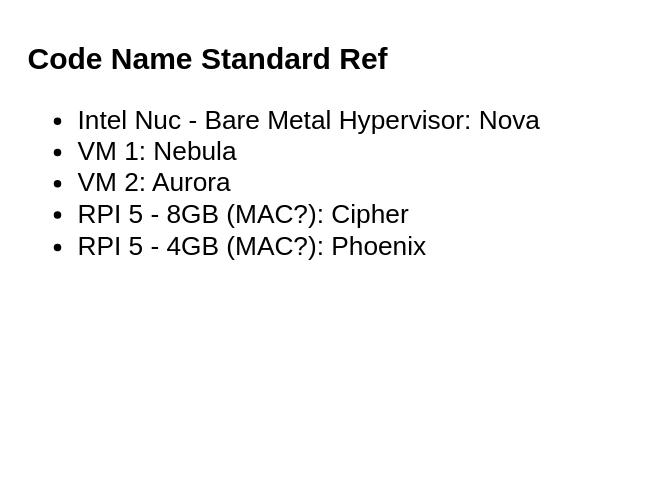
Above: page "Naming Standard" (1 of 3) of homelab_infra/Homlab Infra Architecture.drawio in sahmed85/homelab (draw.io), before the change. Source tidied: cells renumbered, new cells numbered last; positions are measured from the earlier drawing's top-left corner, leaving out a move shared by most shapes. Both pictures are drawn from the tidied source at 125%, with x=0, y=0 at pixel (21, 34).
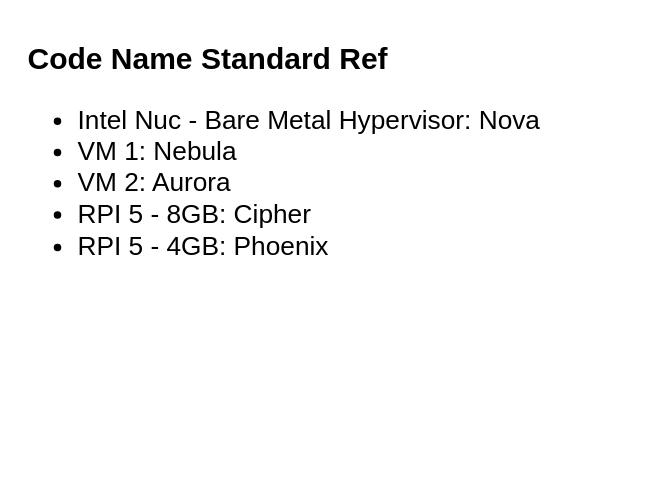
The same page after the edit.

What changed in the source:
```diff
@@
 <mxGraphModel>
   <root>
     <mxCell id="0" />
     <mxCell id="1" parent="0" />
-    <mxCell id="2" value="&lt;h1&gt;Code Name Standard Ref&lt;/h1&gt;&lt;p&gt;&lt;/p&gt;&lt;ul style=&quot;font-size: 21px;&quot;&gt;&lt;li&gt;Intel Nuc - Bare Metal Hypervisor: Nova&lt;/li&gt;&lt;li&gt;VM 1: Nebula&lt;/li&gt;&lt;li&gt;VM 2: Aurora&lt;/li&gt;&lt;li&gt;RPI 5 - 8GB (MAC?): Cipher&lt;/li&gt;&lt;li&gt;RPI 5 - 4GB (MAC?): Phoenix&lt;/li&gt;&lt;/ul&gt;&lt;p&gt;&lt;/p&gt;" style="text;html=1;strokeColor=none;fillColor=none;spacing=5;spacingTop=-20;whiteSpace=wrap;overflow=hidden;rounded=0;" parent="1" vertex="1">
-      <mxGeometry width="500" height="350" as="geometry" />
+    <mxCell id="2" value="&lt;h1&gt;Code Name Standard Ref&lt;/h1&gt;&lt;p&gt;&lt;/p&gt;&lt;ul style=&quot;font-size: 21px;&quot;&gt;&lt;li&gt;Intel Nuc - Bare Metal Hypervisor: Nova&lt;/li&gt;&lt;li&gt;VM 1: Nebula&lt;/li&gt;&lt;li&gt;VM 2: Aurora&lt;/li&gt;&lt;li&gt;RPI 5 - 8GB: Cipher&lt;/li&gt;&lt;li&gt;RPI 5 - 4GB: Phoenix&lt;/li&gt;&lt;/ul&gt;&lt;p&gt;&lt;/p&gt;" style="text;html=1;strokeColor=none;fillColor=none;spacing=5;spacingTop=-20;whiteSpace=wrap;overflow=hidden;rounded=0;" parent="1" vertex="1">
+      <mxGeometry width="500" height="210" as="geometry" />
     </mxCell>
   </root>
 </mxGraphModel>
```
